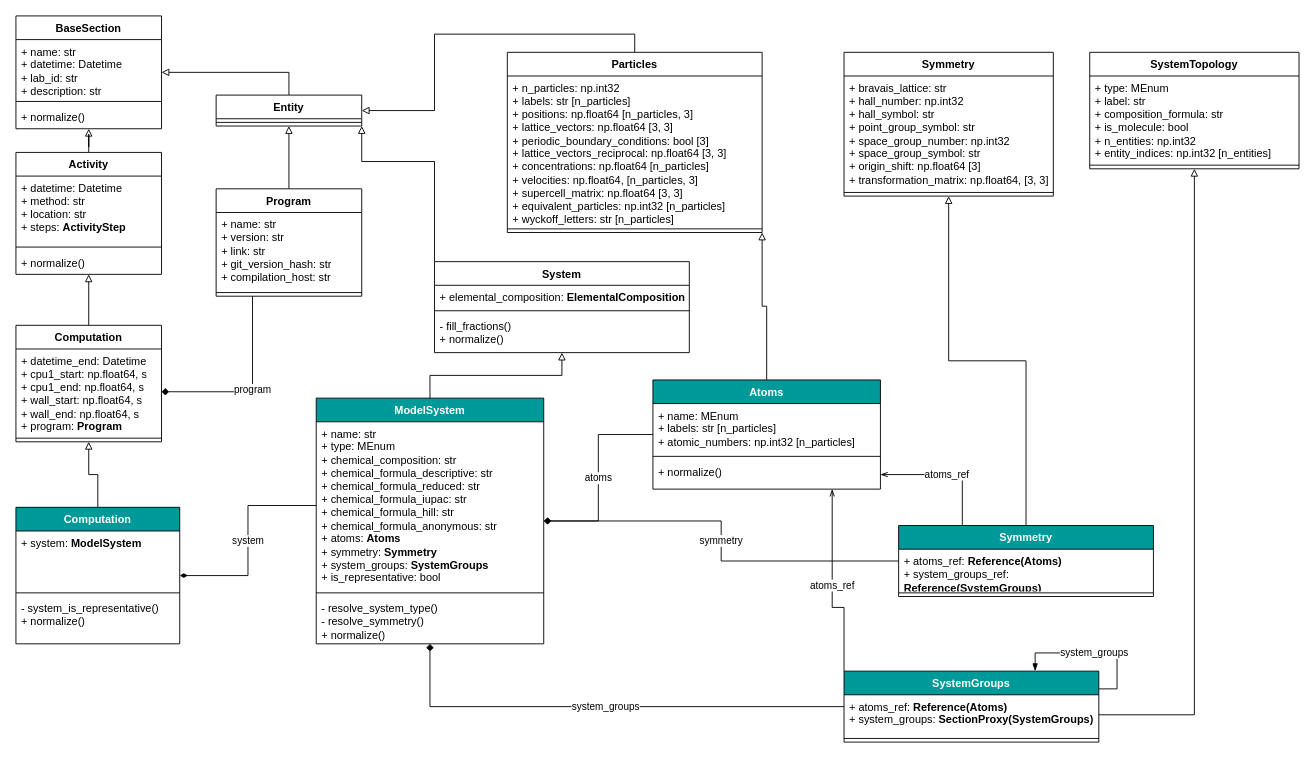
Before: baseclass_computations.drawio in JosePizarro3/drawio_diagrams, a draw.io diagram. Source tidied: cells renumbered, new cells numbered last; positions are measured from the earlier drawing's top-left corner, leaving out a move shared by most shapes. Both pictures are drawn from the tidied source at 91%, with x=0, y=0 at pixel (15, 15).
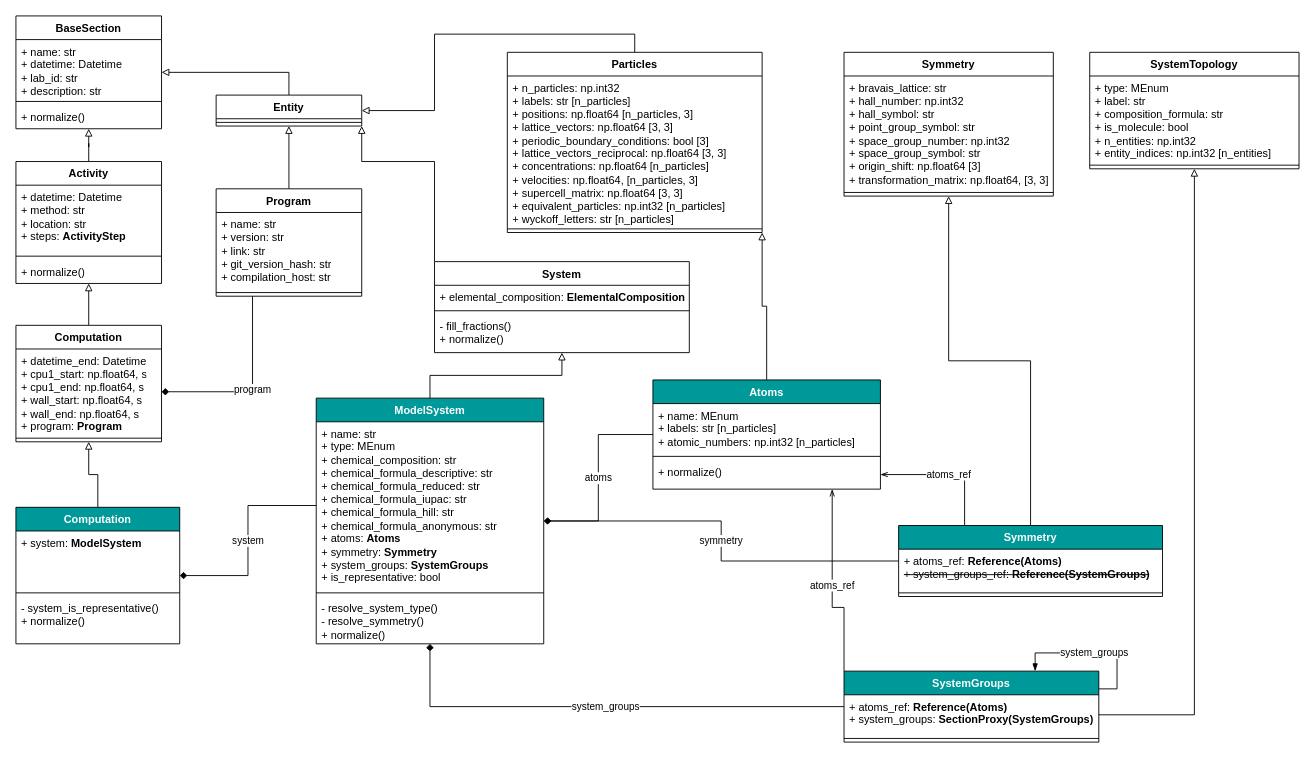
Above is the later version.

The change refers to these unchanged cells:
```xml
<mxCell id="34" value="Computation" style="swimlane;fontStyle=1;align=center;verticalAlign=top;horizontal=1;startSize=26;whiteSpace=wrap;html=1;fillColor=#009999;fontColor=#ffffff;" parent="1" vertex="1">
  <mxGeometry y="540" width="180" height="150" as="geometry" />
</mxCell>
<mxCell id="40" value="&lt;div&gt;+ name: str&lt;/div&gt;&lt;div&gt;+ type: MEnum&lt;/div&gt;&lt;div&gt;+ chemical_composition: str&lt;/div&gt;&lt;div&gt;+ chemical_formula_descriptive: str&lt;/div&gt;&lt;div&gt;+ chemical_formula_reduced: str&lt;/div&gt;&lt;div&gt;+ chemical_formula_iupac: str&lt;/div&gt;&lt;div&gt;+ chemical_formula_hill: str&lt;/div&gt;&lt;div&gt;+ chemical_formula_anonymous: str&lt;/div&gt;&lt;div&gt;+ atoms: &lt;b&gt;Atoms&lt;/b&gt;&lt;/div&gt;&lt;div&gt;+ symmetry: &lt;b&gt;Symmetry&lt;/b&gt;&lt;/div&gt;&lt;div&gt;+ system_groups: &lt;b&gt;SystemGroups&lt;/b&gt;&lt;/div&gt;&lt;div&gt;+ is_representative: bool&lt;br&gt;&lt;/div&gt;" style="text;strokeColor=none;fillColor=none;align=left;verticalAlign=top;spacingLeft=4;spacingRight=4;overflow=hidden;points=[[0,0.5],[1,0.5]];portConstraint=eastwest;whiteSpace=wrap;html=1;" parent="39" vertex="1">
  <mxGeometry y="26" width="250" height="184" as="geometry" />
</mxCell>
```

Diff of the diagram source:
```diff
@@
     <mxCell id="3" value="Activity" style="swimlane;fontStyle=1;align=center;verticalAlign=top;horizontal=1;startSize=26;whiteSpace=wrap;html=1;" parent="1" vertex="1">
-      <mxGeometry y="150" width="160" height="134" as="geometry" />
+      <mxGeometry y="160" width="160" height="134" as="geometry" />
     </mxCell>
@@
-    <mxCell id="43" value="system" style="edgeStyle=orthogonalEdgeStyle;rounded=0;jettySize=auto;html=1;exitX=0;exitY=0.5;exitDx=0;exitDy=0;endArrow=diamondThin;endFill=1;" parent="1" edge="1" source="40" target="34">
+    <mxCell id="43" value="system" style="edgeStyle=orthogonalEdgeStyle;rounded=0;jettySize=auto;html=1;exitX=0;exitY=0.5;exitDx=0;exitDy=0;endArrow=diamond;endFill=1;" parent="1" edge="1" source="40" target="34">
       <mxGeometry relative="1" as="geometry" />
     </mxCell>
@@
     <mxCell id="58" value="Symmetry" style="swimlane;fontStyle=1;align=center;verticalAlign=top;horizontal=1;startSize=26;whiteSpace=wrap;html=1;fillColor=#009999;fontColor=#ffffff;" parent="1" vertex="1">
-      <mxGeometry x="970" y="560" width="280" height="78" as="geometry" />
+      <mxGeometry x="970" y="560" width="290" height="78" as="geometry" />
     </mxCell>
-    <mxCell id="59" value="&lt;div&gt;+ atoms_ref: &lt;b&gt;Reference(Atoms)&lt;/b&gt;&lt;/div&gt;&lt;div&gt;+ system_groups_ref: &lt;b&gt;Reference(SystemGroups)&lt;/b&gt;&lt;br&gt;&lt;/div&gt;" style="text;strokeColor=none;fillColor=none;align=left;verticalAlign=top;spacingLeft=4;spacingRight=4;overflow=hidden;whiteSpace=wrap;html=1;" parent="58" vertex="1">
-      <mxGeometry y="26" width="280" height="44" as="geometry" />
+    <mxCell id="59" value="&lt;div&gt;+ atoms_ref: &lt;b&gt;Reference(Atoms)&lt;/b&gt;&lt;/div&gt;&lt;div&gt;&lt;strike&gt;+ system_groups_ref: &lt;b&gt;Reference(SystemGroups)&lt;/b&gt;&lt;/strike&gt;&lt;br&gt;&lt;/div&gt;" style="text;strokeColor=none;fillColor=none;align=left;verticalAlign=top;spacingLeft=4;spacingRight=4;overflow=hidden;whiteSpace=wrap;html=1;" parent="58" vertex="1">
+      <mxGeometry y="26" width="290" height="44" as="geometry" />
     </mxCell>
     <mxCell id="60" style="line;strokeWidth=1;fillColor=none;align=left;verticalAlign=middle;spacingTop=-1;spacingLeft=3;spacingRight=3;labelPosition=right;strokeColor=inherit;" parent="58" vertex="1">
-      <mxGeometry y="70" width="280" height="8" as="geometry" />
+      <mxGeometry y="70" width="290" height="8" as="geometry" />
     </mxCell>
```
